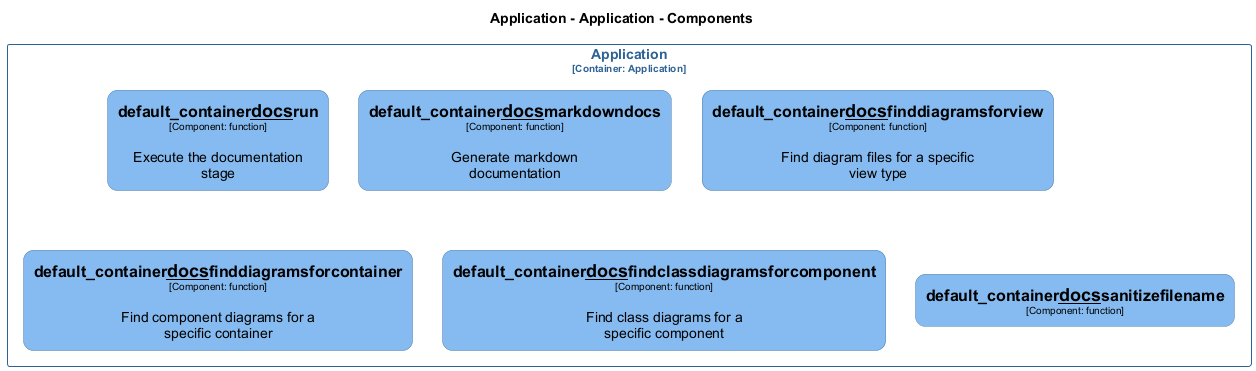
chrislyons-dev/archlette keeps this PlantUML diagram as docs/architecture/diagrams/structurizr-Classes_default_container__docs.png. Above is the earlier version.
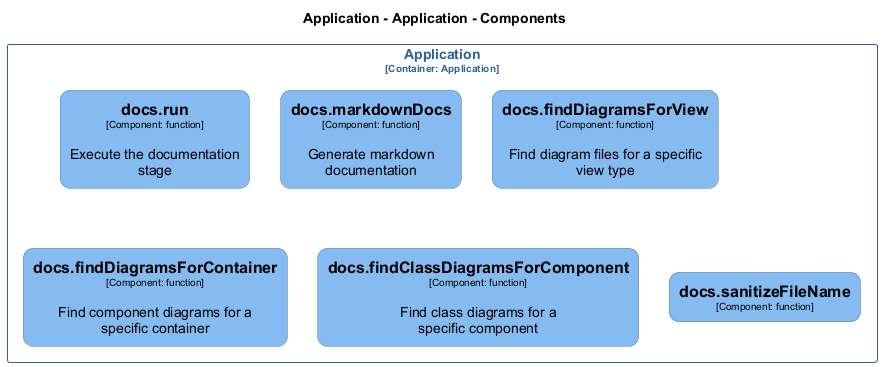
Later version of the same file.

Diff of the diagram source:
```diff
@@ -16,42 +16,42 @@
 
 hide stereotype
 
-skinparam rectangle<<Application.Application.default_container__docs__findclassdiagramsforcomponent>> {
+skinparam rectangle<<Application.Application.docsfindClassDiagramsForComponent>> {
   BackgroundColor #85bbf0
   FontColor #000000
   BorderColor #5d82a8
   roundCorner 20
   shadowing false
 }
-skinparam rectangle<<Application.Application.default_container__docs__finddiagramsforcontainer>> {
+skinparam rectangle<<Application.Application.docsfindDiagramsForContainer>> {
   BackgroundColor #85bbf0
   FontColor #000000
   BorderColor #5d82a8
   roundCorner 20
   shadowing false
 }
-skinparam rectangle<<Application.Application.default_container__docs__finddiagramsforview>> {
+skinparam rectangle<<Application.Application.docsfindDiagramsForView>> {
   BackgroundColor #85bbf0
   FontColor #000000
   BorderColor #5d82a8
   roundCorner 20
   shadowing false
 }
-skinparam rectangle<<Application.Application.default_container__docs__markdowndocs>> {
+skinparam rectangle<<Application.Application.docsmarkdownDocs>> {
   BackgroundColor #85bbf0
   FontColor #000000
   BorderColor #5d82a8
   roundCorner 20
   shadowing false
 }
-skinparam rectangle<<Application.Application.default_container__docs__run>> {
+skinparam rectangle<<Application.Application.docsrun>> {
   BackgroundColor #85bbf0
   FontColor #000000
   BorderColor #5d82a8
   roundCorner 20
   shadowing false
 }
-skinparam rectangle<<Application.Application.default_container__docs__sanitizefilename>> {
+skinparam rectangle<<Application.Application.docssanitizeFileName>> {
   BackgroundColor #85bbf0
   FontColor #000000
   BorderColor #5d82a8
@@ -65,12 +65,12 @@
 }
 
 rectangle "Application\n<size:10>[Container: Application]</size>" <<Application.Application>> {
-  rectangle "==default_container__docs__run\n<size:10>[Component: function]</size>\n\nExecute the documentation stage" <<Application.Application.default_container__docs__run>> as Application.Application.default_container__docs__run
-  rectangle "==default_container__docs__markdowndocs\n<size:10>[Component: function]</size>\n\nGenerate markdown documentation" <<Application.Application.default_container__docs__markdowndocs>> as Application.Application.default_container__docs__markdowndocs
-  rectangle "==default_container__docs__finddiagramsforview\n<size:10>[Component: function]</size>\n\nFind diagram files for a specific view type" <<Application.Application.default_container__docs__finddiagramsforview>> as Application.Application.default_container__docs__finddiagramsforview
-  rectangle "==default_container__docs__finddiagramsforcontainer\n<size:10>[Component: function]</size>\n\nFind component diagrams for a specific container" <<Application.Application.default_container__docs__finddiagramsforcontainer>> as Application.Application.default_container__docs__finddiagramsforcontainer
-  rectangle "==default_container__docs__findclassdiagramsforcomponent\n<size:10>[Component: function]</size>\n\nFind class diagrams for a specific component" <<Application.Application.default_container__docs__findclassdiagramsforcomponent>> as Application.Application.default_container__docs__findclassdiagramsforcomponent
-  rectangle "==default_container__docs__sanitizefilename\n<size:10>[Component: function]</size>" <<Application.Application.default_container__docs__sanitizefilename>> as Application.Application.default_container__docs__sanitizefilename
+  rectangle "==docs.run\n<size:10>[Component: function]</size>\n\nExecute the documentation stage" <<Application.Application.docsrun>> as Application.Application.docsrun
+  rectangle "==docs.markdownDocs\n<size:10>[Component: function]</size>\n\nGenerate markdown documentation" <<Application.Application.docsmarkdownDocs>> as Application.Application.docsmarkdownDocs
+  rectangle "==docs.findDiagramsForView\n<size:10>[Component: function]</size>\n\nFind diagram files for a specific view type" <<Application.Application.docsfindDiagramsForView>> as Application.Application.docsfindDiagramsForView
+  rectangle "==docs.findDiagramsForContainer\n<size:10>[Component: function]</size>\n\nFind component diagrams for a specific container" <<Application.Application.docsfindDiagramsForContainer>> as Application.Application.docsfindDiagramsForContainer
+  rectangle "==docs.findClassDiagramsForComponent\n<size:10>[Component: function]</size>\n\nFind class diagrams for a specific component" <<Application.Application.docsfindClassDiagramsForComponent>> as Application.Application.docsfindClassDiagramsForComponent
+  rectangle "==docs.sanitizeFileName\n<size:10>[Component: function]</size>" <<Application.Application.docssanitizeFileName>> as Application.Application.docssanitizeFileName
 }
 
 @enduml
```
